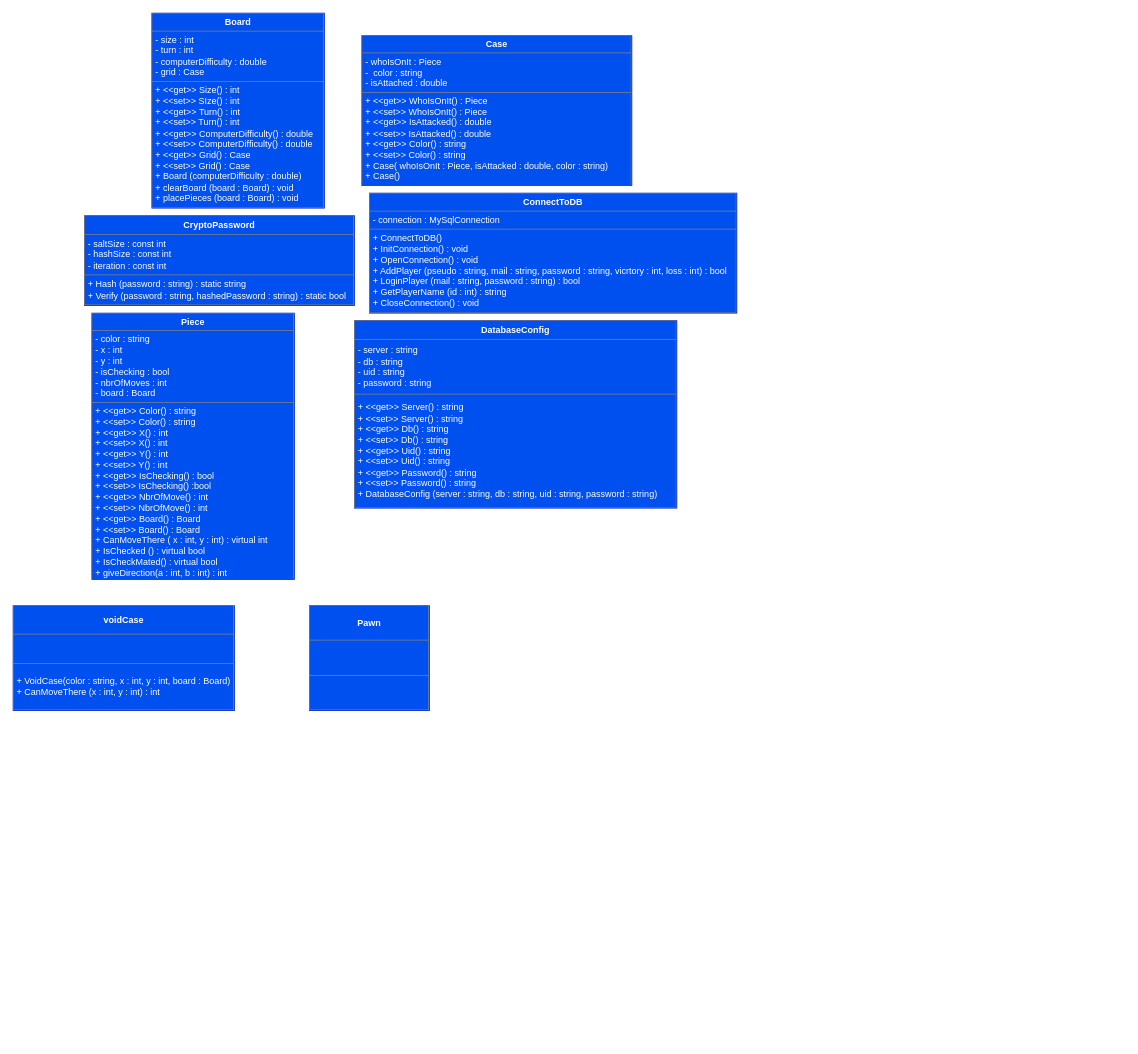
Earlier version of the draw.io diagram Doc/Mockups/Diagramme de classe complet.drawio (MathiasRenoult/Project-CSHARP-Chess). Source tidied: cells renumbered, new cells numbered last; positions are measured from the earlier drawing's top-left corner, leaving out a move shared by most shapes. Both pictures are drawn from the tidied source at 75%, with x=0, y=0 at pixel (13, 13).
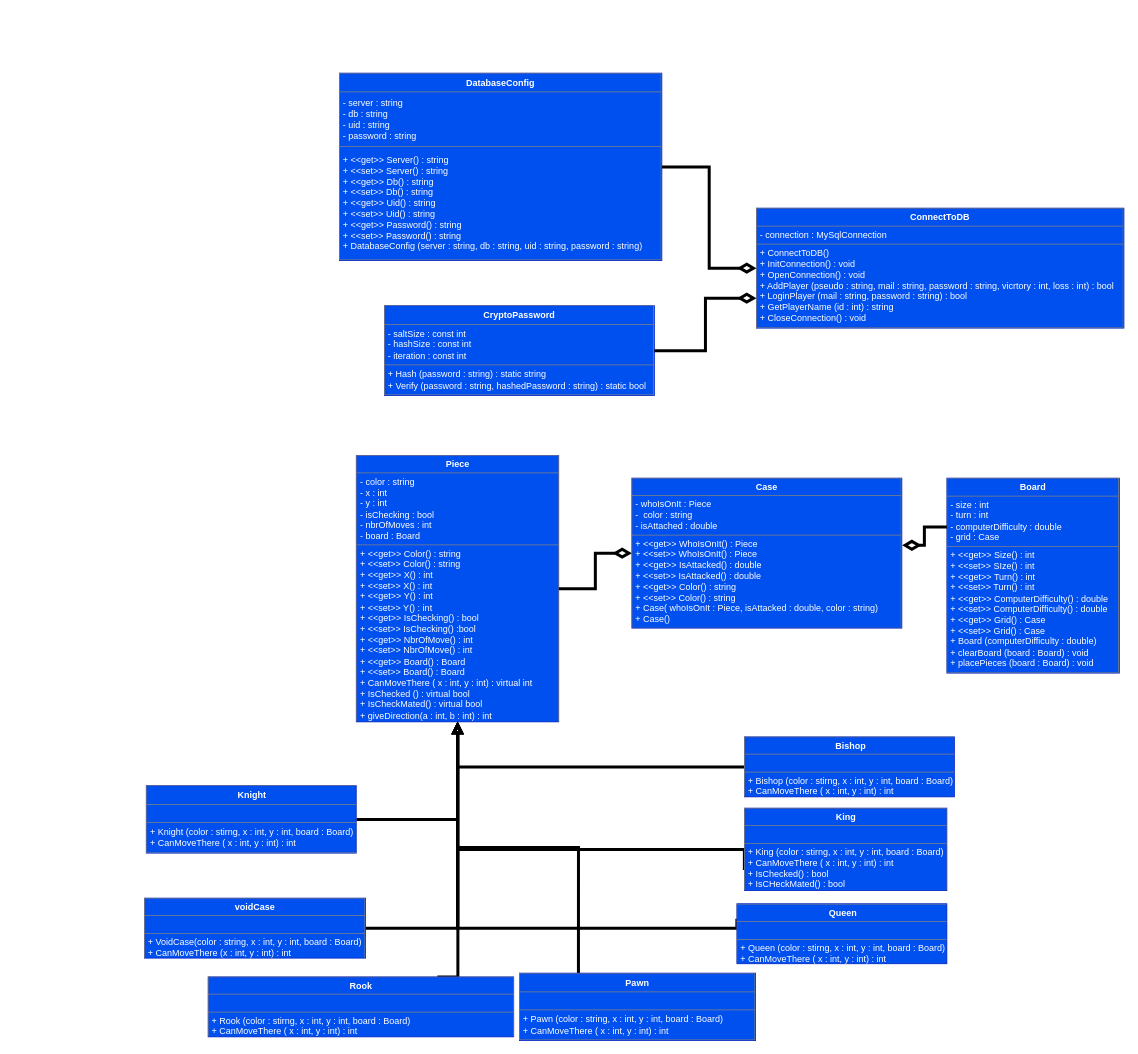
The same page after the edit.

Commit message (it also covers changes not shown here):
end classes diagramm

What changed in the source:
```diff
@@
     <mxCell id="2" value="&lt;table border=&quot;1&quot; width=&quot;100%&quot; cellpadding=&quot;4&quot; style=&quot;width: 100% ; height: 100% ; border-collapse: collapse&quot;&gt;&lt;tbody&gt;&lt;tr&gt;&lt;th align=&quot;center&quot;&gt;Board&lt;/th&gt;&lt;/tr&gt;&lt;tr&gt;&lt;td&gt;- size : int&lt;br&gt;- turn : int&amp;nbsp;&lt;br&gt;- computerDifficulty : double&lt;br&gt;- grid : Case&lt;br&gt;&lt;/td&gt;&lt;/tr&gt;&lt;tr&gt;&lt;td&gt;+ &amp;lt;&amp;lt;get&amp;gt;&amp;gt; Size() : int&lt;br&gt;+ &amp;lt;&amp;lt;set&amp;gt;&amp;gt; SIze() : int&lt;br&gt;+ &amp;lt;&amp;lt;get&amp;gt;&amp;gt; Turn() : int&lt;br&gt;+ &amp;lt;&amp;lt;set&amp;gt;&amp;gt; Turn() : int&lt;br&gt;+ &amp;lt;&amp;lt;get&amp;gt;&amp;gt; ComputerDifficulty() : double&lt;br&gt;+ &amp;lt;&amp;lt;set&amp;gt;&amp;gt; ComputerDifficulty() : double&lt;br&gt;+ &amp;lt;&amp;lt;get&amp;gt;&amp;gt; Grid() : Case&lt;br&gt;+ &amp;lt;&amp;lt;set&amp;gt;&amp;gt; Grid() : Case&lt;br&gt;+ Board (computerDifficulty : double)&lt;br&gt;+ clearBoard (board : Board) : void&lt;br&gt;+ placePieces (board : Board) : void&lt;/td&gt;&lt;/tr&gt;&lt;/tbody&gt;&lt;/table&gt;" style="text;html=1;strokeColor=#001DBC;fillColor=#0050ef;overflow=fill;fontColor=#ffffff;" parent="1" vertex="1">
-      <mxGeometry x="185" width="230" height="260" as="geometry" />
+      <mxGeometry x="1245" y="620" width="230" height="260" as="geometry" />
     </mxCell>
     <mxCell id="3" value="&lt;table border=&quot;1&quot; width=&quot;100%&quot; cellpadding=&quot;4&quot; style=&quot;width: 100% ; height: 100% ; border-collapse: collapse&quot;&gt;&lt;tbody&gt;&lt;tr&gt;&lt;th align=&quot;center&quot;&gt;&lt;b&gt;Case&lt;/b&gt;&lt;/th&gt;&lt;/tr&gt;&lt;tr&gt;&lt;td&gt;- whoIsOnIt : Piece&lt;br&gt;-&amp;nbsp; color : string&lt;br&gt;- isAttached : double&lt;/td&gt;&lt;/tr&gt;&lt;tr&gt;&lt;td&gt;+ &amp;lt;&amp;lt;get&amp;gt;&amp;gt; WhoIsOnIt()&amp;nbsp;: Piece&lt;br&gt;+ &amp;lt;&amp;lt;set&amp;gt;&amp;gt; WhoIsOnIt()&amp;nbsp;: Piece&lt;br&gt;+ &amp;lt;&amp;lt;get&amp;gt;&amp;gt; IsAttacked()&amp;nbsp;: double&lt;br&gt;+ &amp;lt;&amp;lt;set&amp;gt;&amp;gt; IsAttacked()&amp;nbsp;: double&lt;br&gt;+ &amp;lt;&amp;lt;get&amp;gt;&amp;gt; Color()&amp;nbsp;: string&lt;br&gt;+ &amp;lt;&amp;lt;set&amp;gt;&amp;gt; Color()&amp;nbsp;: string&lt;br&gt;+ Case( whoIsOnIt : Piece, isAttacked : double, color : string)&lt;br&gt;+ Case()&lt;br&gt;&lt;/td&gt;&lt;/tr&gt;&lt;/tbody&gt;&lt;/table&gt;" style="text;html=1;strokeColor=#001DBC;fillColor=#0050ef;overflow=fill;fontColor=#ffffff;" parent="1" vertex="1">
-      <mxGeometry x="465" y="30" width="360" height="200" as="geometry" />
+      <mxGeometry x="825" y="620" width="360" height="200" as="geometry" />
     </mxCell>
     <mxCell id="4" value="&lt;table border=&quot;1&quot; width=&quot;100%&quot; cellpadding=&quot;4&quot; style=&quot;width: 100% ; height: 100% ; border-collapse: collapse&quot;&gt;&lt;tbody&gt;&lt;tr&gt;&lt;th align=&quot;center&quot;&gt;&lt;b&gt;ConnectToDB&lt;/b&gt;&lt;/th&gt;&lt;/tr&gt;&lt;tr&gt;&lt;td&gt;- connection : MySqlConnection&lt;/td&gt;&lt;/tr&gt;&lt;tr&gt;&lt;td&gt;+ ConnectToDB()&lt;br&gt;+ InitConnection() : void&lt;br&gt;+ OpenConnection() : void&lt;br&gt;+ AddPlayer (pseudo : string, mail : string, password : string, vicrtory : int, loss : int) : bool&amp;nbsp;&lt;br&gt;+ LoginPlayer (mail : string, password : string) : bool&amp;nbsp;&lt;br&gt;+ GetPlayerName (id : int) : string&lt;br&gt;+ CloseConnection() : void&lt;/td&gt;&lt;/tr&gt;&lt;/tbody&gt;&lt;/table&gt;" style="text;html=1;strokeColor=#001DBC;fillColor=#0050ef;overflow=fill;fontColor=#ffffff;" parent="1" vertex="1">
-      <mxGeometry x="475" y="240" width="490" height="160" as="geometry" />
+      <mxGeometry x="991.1" y="260" width="490" height="160" as="geometry" />
     </mxCell>
     <mxCell id="5" value="&lt;table border=&quot;1&quot; width=&quot;100%&quot; cellpadding=&quot;4&quot; style=&quot;width: 100% ; height: 100% ; border-collapse: collapse&quot;&gt;&lt;tbody&gt;&lt;tr&gt;&lt;th align=&quot;center&quot;&gt;DatabaseConfig&lt;/th&gt;&lt;/tr&gt;&lt;tr&gt;&lt;td&gt;- server : string&lt;br&gt;- db : string&lt;br&gt;- uid : string&lt;br&gt;- password : string&amp;nbsp;&lt;/td&gt;&lt;/tr&gt;&lt;tr&gt;&lt;td&gt;+ &amp;lt;&amp;lt;get&amp;gt;&amp;gt; Server() : string&lt;br&gt;+ &amp;lt;&amp;lt;set&amp;gt;&amp;gt; Server() : string&lt;br&gt;+ &amp;lt;&amp;lt;get&amp;gt;&amp;gt; Db() : string&lt;br&gt;+ &amp;lt;&amp;lt;set&amp;gt;&amp;gt; Db() : string&lt;br&gt;+ &amp;lt;&amp;lt;get&amp;gt;&amp;gt; Uid() : string&lt;br&gt;+ &amp;lt;&amp;lt;set&amp;gt;&amp;gt; Uid() : string&lt;br&gt;+ &amp;lt;&amp;lt;get&amp;gt;&amp;gt; Password() : string&lt;br&gt;+ &amp;lt;&amp;lt;set&amp;gt;&amp;gt; Password() : string&lt;br&gt;+ DatabaseConfig (server : string, db : string, uid : string, password : string)&lt;/td&gt;&lt;/tr&gt;&lt;/tbody&gt;&lt;/table&gt;" style="text;html=1;overflow=fill;fillColor=#0050ef;strokeColor=#001DBC;fontColor=#ffffff;" parent="1" vertex="1">
-      <mxGeometry x="455" y="410" width="430" height="250" as="geometry" />
+      <mxGeometry x="435" y="80" width="430" height="250" as="geometry" />
     </mxCell>
     <mxCell id="6" value="&lt;table border=&quot;1&quot; width=&quot;100%&quot; cellpadding=&quot;4&quot; style=&quot;width: 100% ; height: 100% ; border-collapse: collapse&quot;&gt;&lt;tbody&gt;&lt;tr&gt;&lt;th align=&quot;center&quot;&gt;CryptoPassword&lt;/th&gt;&lt;/tr&gt;&lt;tr&gt;&lt;td&gt;- saltSize : const int&amp;nbsp;&lt;br&gt;- hashSize : const int&lt;br&gt;- iteration : const int&lt;/td&gt;&lt;/tr&gt;&lt;tr&gt;&lt;td&gt;+ Hash (password : string) : static string&lt;br&gt;+ Verify (password : string, hashedPassword : string) : static bool&lt;/td&gt;&lt;/tr&gt;&lt;/tbody&gt;&lt;/table&gt;" style="text;html=1;strokeColor=#001DBC;fillColor=#0050ef;overflow=fill;fontColor=#ffffff;" parent="1" vertex="1">
-      <mxGeometry x="95" y="270" width="360" height="120" as="geometry" />
+      <mxGeometry x="495" y="390" width="360" height="120" as="geometry" />
     </mxCell>
     <mxCell id="7" value="&lt;table border=&quot;1&quot; width=&quot;100%&quot; cellpadding=&quot;4&quot; style=&quot;width: 100% ; height: 100% ; border-collapse: collapse&quot;&gt;&lt;tbody&gt;&lt;tr&gt;&lt;th align=&quot;center&quot;&gt;Piece&lt;/th&gt;&lt;/tr&gt;&lt;tr&gt;&lt;td&gt;- color : string&amp;nbsp;&lt;br&gt;- x : int&amp;nbsp;&lt;br&gt;- y : int&lt;br&gt;- isChecking : bool&amp;nbsp;&lt;br&gt;- nbrOfMoves : int&lt;br&gt;- board : Board&amp;nbsp;&lt;/td&gt;&lt;/tr&gt;&lt;tr&gt;&lt;td&gt;+ &amp;lt;&amp;lt;get&amp;gt;&amp;gt; Color() : string&lt;br&gt;+ &amp;lt;&amp;lt;set&amp;gt;&amp;gt; Color() : string&lt;br&gt;+ &amp;lt;&amp;lt;get&amp;gt;&amp;gt; X() : int&lt;br&gt;+ &amp;lt;&amp;lt;set&amp;gt;&amp;gt; X() : int&lt;br&gt;+ &amp;lt;&amp;lt;get&amp;gt;&amp;gt; Y() : int&lt;br&gt;+ &amp;lt;&amp;lt;set&amp;gt;&amp;gt; Y() : int&lt;br&gt;+ &amp;lt;&amp;lt;get&amp;gt;&amp;gt; IsChecking() : bool&lt;br&gt;+ &amp;lt;&amp;lt;set&amp;gt;&amp;gt; IsChecking() :bool&lt;br&gt;+ &amp;lt;&amp;lt;get&amp;gt;&amp;gt; NbrOfMove() : int&lt;br&gt;+ &amp;lt;&amp;lt;set&amp;gt;&amp;gt; NbrOfMove() : int&lt;br&gt;+ &amp;lt;&amp;lt;get&amp;gt;&amp;gt; Board() : Board&lt;br&gt;+ &amp;lt;&amp;lt;set&amp;gt;&amp;gt; Board() : Board&lt;br&gt;+ CanMoveThere ( x : int, y : int) : virtual int&lt;br&gt;+ IsChecked () : virtual bool&lt;br&gt;+ IsCheckMated() : virtual bool&lt;br&gt;+ giveDirection(a : int, b : int) : int&amp;nbsp;&lt;/td&gt;&lt;/tr&gt;&lt;/tbody&gt;&lt;/table&gt;" style="text;html=1;strokeColor=#001DBC;fillColor=#0050ef;overflow=fill;fontColor=#ffffff;gradientColor=none;" parent="1" vertex="1">
-      <mxGeometry x="105" y="400" width="270" height="355" as="geometry" />
+      <mxGeometry x="457.5" y="590" width="270" height="355" as="geometry" />
     </mxCell>
+    <mxCell id="10" style="edgeStyle=orthogonalEdgeStyle;rounded=0;jettySize=auto;html=1;exitX=1;exitY=0.5;exitDx=0;exitDy=0;endArrow=block;endFill=0;strokeWidth=4;" parent="1" edge="1" source="8" target="7">
+      <mxGeometry relative="1" as="geometry" />
+    </mxCell>
     <mxCell id="8" value="&lt;table border=&quot;1&quot; width=&quot;100%&quot; cellpadding=&quot;4&quot; style=&quot;width: 100% ; height: 100% ; border-collapse: collapse&quot;&gt;&lt;tbody&gt;&lt;tr&gt;&lt;th align=&quot;center&quot;&gt;voidCase&lt;/th&gt;&lt;/tr&gt;&lt;tr&gt;&lt;td&gt;&lt;br&gt;&lt;/td&gt;&lt;/tr&gt;&lt;tr&gt;&lt;td&gt;+ VoidCase(color : string, x : int, y : int, board : Board)&lt;br&gt;+ CanMoveThere (x : int, y : int) : int&lt;br&gt;&lt;/td&gt;&lt;/tr&gt;&lt;/tbody&gt;&lt;/table&gt;" style="text;html=1;strokeColor=#001DBC;fillColor=#0050ef;overflow=fill;fontColor=#ffffff;" parent="1" vertex="1">
-      <mxGeometry y="790" width="295" height="140" as="geometry" />
+      <mxGeometry x="175" y="1180" width="295" height="80" as="geometry" />
     </mxCell>
+    <mxCell id="11" style="edgeStyle=orthogonalEdgeStyle;rounded=0;jettySize=auto;html=1;exitX=0.25;exitY=0;exitDx=0;exitDy=0;endArrow=block;endFill=0;strokeWidth=4;" parent="1" edge="1" source="9" target="7">
+      <mxGeometry relative="1" as="geometry" />
+    </mxCell>
-    <mxCell id="9" value="&lt;table border=&quot;1&quot; width=&quot;100%&quot; cellpadding=&quot;4&quot; style=&quot;width: 100% ; height: 100% ; border-collapse: collapse&quot;&gt;&lt;tbody&gt;&lt;tr&gt;&lt;th align=&quot;center&quot;&gt;Pawn&lt;/th&gt;&lt;/tr&gt;&lt;tr&gt;&lt;td align=&quot;center&quot;&gt;&lt;br&gt;&lt;/td&gt;&lt;/tr&gt;&lt;tr&gt;&lt;td align=&quot;center&quot;&gt;&lt;br&gt;&lt;/td&gt;&lt;/tr&gt;&lt;/tbody&gt;&lt;/table&gt;" style="text;html=1;strokeColor=#001DBC;fillColor=#0050ef;overflow=fill;fontColor=#ffffff;" parent="1" vertex="1">
-      <mxGeometry x="395" y="790" width="160" height="140" as="geometry" />
+    <mxCell id="9" value="&lt;table border=&quot;1&quot; width=&quot;100%&quot; cellpadding=&quot;4&quot; style=&quot;width: 100% ; height: 100% ; border-collapse: collapse&quot;&gt;&lt;tbody&gt;&lt;tr&gt;&lt;th align=&quot;center&quot;&gt;Pawn&lt;/th&gt;&lt;/tr&gt;&lt;tr&gt;&lt;td align=&quot;center&quot;&gt;&lt;br&gt;&lt;/td&gt;&lt;/tr&gt;&lt;tr&gt;&lt;td&gt;+ Pawn (color : string, x : int, y : int, board : Board)&lt;br&gt;+ CanMoveThere ( x : int, y : int) : int&lt;br&gt;&lt;/td&gt;&lt;/tr&gt;&lt;/tbody&gt;&lt;/table&gt;" style="text;html=1;strokeColor=#001DBC;fillColor=#0050ef;overflow=fill;fontColor=#ffffff;" parent="1" vertex="1">
+      <mxGeometry x="675" y="1280" width="315" height="90" as="geometry" />
     </mxCell>
+    <mxCell id="12" style="edgeStyle=orthogonalEdgeStyle;rounded=0;jettySize=auto;html=1;exitX=0;exitY=0.25;exitDx=0;exitDy=0;endArrow=block;endFill=0;strokeWidth=4;" parent="1" edge="1" source="13" target="7">
+      <mxGeometry relative="1" as="geometry">
+        <Array as="points">
+          <mxPoint x="965" y="1220" />
+          <mxPoint x="593" y="1220" />
+        </Array>
+      </mxGeometry>
+    </mxCell>
+    <mxCell id="13" value="&lt;table border=&quot;1&quot; width=&quot;100%&quot; cellpadding=&quot;4&quot; style=&quot;width: 100% ; height: 100% ; border-collapse: collapse&quot;&gt;&lt;tbody&gt;&lt;tr&gt;&lt;th align=&quot;center&quot;&gt;Queen&lt;/th&gt;&lt;/tr&gt;&lt;tr&gt;&lt;td align=&quot;center&quot;&gt;&lt;br&gt;&lt;/td&gt;&lt;/tr&gt;&lt;tr&gt;&lt;td&gt;+ Queen (color : stirng, x : int, y : int, board : Board)&lt;br&gt;+ CanMoveThere ( x : int, y : int) : int&lt;/td&gt;&lt;/tr&gt;&lt;/tbody&gt;&lt;/table&gt;" style="text;html=1;strokeColor=#001DBC;fillColor=#0050ef;overflow=fill;fontColor=#ffffff;" parent="1" vertex="1">
+      <mxGeometry x="965" y="1187.5" width="280" height="80" as="geometry" />
+    </mxCell>
+    <mxCell id="14" style="edgeStyle=orthogonalEdgeStyle;rounded=0;jettySize=auto;html=1;exitX=0;exitY=0.75;exitDx=0;exitDy=0;entryX=0.5;entryY=1;entryDx=0;entryDy=0;endArrow=block;endFill=0;strokeWidth=4;" parent="1" edge="1" source="15" target="7">
+      <mxGeometry relative="1" as="geometry">
+        <Array as="points">
+          <mxPoint x="975" y="1115" />
+          <mxPoint x="593" y="1115" />
+        </Array>
+      </mxGeometry>
+    </mxCell>
+    <mxCell id="15" value="&lt;table border=&quot;1&quot; width=&quot;100%&quot; cellpadding=&quot;4&quot; style=&quot;width: 100% ; height: 100% ; border-collapse: collapse&quot;&gt;&lt;tbody&gt;&lt;tr&gt;&lt;th align=&quot;center&quot;&gt;King&lt;/th&gt;&lt;/tr&gt;&lt;tr&gt;&lt;td align=&quot;center&quot;&gt;&lt;br&gt;&lt;/td&gt;&lt;/tr&gt;&lt;tr&gt;&lt;td&gt;+ King (color : stirng, x : int, y : int, board : Board)&lt;br&gt;+ CanMoveThere ( x : int, y : int) : int&lt;br&gt;+ IsChecked() : bool&lt;br&gt;+ IsCHeckMated() : bool&lt;/td&gt;&lt;/tr&gt;&lt;/tbody&gt;&lt;/table&gt;" style="text;html=1;strokeColor=#001DBC;fillColor=#0050ef;overflow=fill;fontColor=#ffffff;" parent="1" vertex="1">
+      <mxGeometry x="975" y="1060" width="270" height="110" as="geometry" />
+    </mxCell>
+    <mxCell id="16" style="edgeStyle=orthogonalEdgeStyle;rounded=0;jettySize=auto;html=1;exitX=0;exitY=0.5;exitDx=0;exitDy=0;entryX=0.5;entryY=1;entryDx=0;entryDy=0;endArrow=block;endFill=0;strokeWidth=4;" parent="1" edge="1" source="17" target="7">
+      <mxGeometry relative="1" as="geometry" />
+    </mxCell>
+    <mxCell id="17" value="&lt;table border=&quot;1&quot; width=&quot;100%&quot; cellpadding=&quot;4&quot; style=&quot;width: 100% ; height: 100% ; border-collapse: collapse&quot;&gt;&lt;tbody&gt;&lt;tr&gt;&lt;th align=&quot;center&quot;&gt;Bishop&lt;/th&gt;&lt;/tr&gt;&lt;tr&gt;&lt;td align=&quot;center&quot;&gt;&lt;br&gt;&lt;/td&gt;&lt;/tr&gt;&lt;tr&gt;&lt;td&gt;+ Bishop (color : stirng, x : int, y : int, board : Board)&lt;br&gt;+ CanMoveThere ( x : int, y : int) : int&lt;/td&gt;&lt;/tr&gt;&lt;/tbody&gt;&lt;/table&gt;" style="text;html=1;strokeColor=#001DBC;fillColor=#0050ef;overflow=fill;fontColor=#ffffff;" parent="1" vertex="1">
+      <mxGeometry x="975" y="965" width="280" height="80" as="geometry" />
+    </mxCell>
+    <mxCell id="18" style="edgeStyle=orthogonalEdgeStyle;rounded=0;jettySize=auto;html=1;exitX=0.75;exitY=0;exitDx=0;exitDy=0;endArrow=block;endFill=0;strokeWidth=4;" parent="1" edge="1" source="19" target="7">
+      <mxGeometry relative="1" as="geometry">
+        <Array as="points">
+          <mxPoint x="593" y="1285" />
+        </Array>
+      </mxGeometry>
+    </mxCell>
+    <mxCell id="19" value="&lt;table border=&quot;1&quot; width=&quot;100%&quot; cellpadding=&quot;4&quot; style=&quot;width: 100% ; height: 100% ; border-collapse: collapse&quot;&gt;&lt;tbody&gt;&lt;tr&gt;&lt;th align=&quot;center&quot;&gt;Rook&lt;/th&gt;&lt;/tr&gt;&lt;tr&gt;&lt;td align=&quot;center&quot;&gt;&lt;br&gt;&lt;/td&gt;&lt;/tr&gt;&lt;tr&gt;&lt;td&gt;+ Rook (color : stirng, x : int, y : int, board : Board)&lt;br&gt;+ CanMoveThere ( x : int, y : int) : int&lt;/td&gt;&lt;/tr&gt;&lt;/tbody&gt;&lt;/table&gt;" style="text;html=1;strokeColor=#001DBC;fillColor=#0050ef;overflow=fill;fontColor=#ffffff;" parent="1" vertex="1">
+      <mxGeometry x="260" y="1285" width="407.5" height="80" as="geometry" />
+    </mxCell>
+    <mxCell id="20" style="edgeStyle=orthogonalEdgeStyle;rounded=0;jettySize=auto;html=1;exitX=1;exitY=0.5;exitDx=0;exitDy=0;endArrow=block;endFill=0;strokeWidth=4;" parent="1" edge="1" source="21" target="7">
+      <mxGeometry relative="1" as="geometry" />
+    </mxCell>
+    <mxCell id="21" value="&lt;table border=&quot;1&quot; width=&quot;100%&quot; cellpadding=&quot;4&quot; style=&quot;width: 100% ; height: 100% ; border-collapse: collapse&quot;&gt;&lt;tbody&gt;&lt;tr&gt;&lt;th align=&quot;center&quot;&gt;Knight&lt;/th&gt;&lt;/tr&gt;&lt;tr&gt;&lt;td align=&quot;center&quot;&gt;&lt;br&gt;&lt;/td&gt;&lt;/tr&gt;&lt;tr&gt;&lt;td&gt;+ Knight (color : stirng, x : int, y : int, board : Board)&lt;br&gt;+ CanMoveThere ( x : int, y : int) : int&lt;/td&gt;&lt;/tr&gt;&lt;/tbody&gt;&lt;/table&gt;" style="text;html=1;strokeColor=#001DBC;fillColor=#0050ef;overflow=fill;fontColor=#ffffff;" parent="1" vertex="1">
+      <mxGeometry x="177.5" y="1030" width="280" height="90" as="geometry" />
+    </mxCell>
+    <mxCell id="22" style="endArrow=none;html=1;endSize=12;startArrow=diamondThin;startSize=14;startFill=0;edgeStyle=orthogonalEdgeStyle;align=left;verticalAlign=bottom;endFill=0;entryX=1;entryY=0.5;entryDx=0;entryDy=0;exitX=0;exitY=0.75;exitDx=0;exitDy=0;rounded=0;strokeWidth=4;" parent="1" edge="1" source="4" target="6">
+      <mxGeometry x="-1" y="3" relative="1" as="geometry" />
+    </mxCell>
+    <mxCell id="23" style="endArrow=none;html=1;endSize=12;startArrow=diamondThin;startSize=14;startFill=0;edgeStyle=orthogonalEdgeStyle;align=left;verticalAlign=bottom;endFill=0;entryX=1;entryY=0.5;entryDx=0;entryDy=0;exitX=0;exitY=0.5;exitDx=0;exitDy=0;rounded=0;strokeWidth=4;" parent="1" edge="1" source="4" target="5">
+      <mxGeometry x="-1" y="3" relative="1" as="geometry" />
+    </mxCell>
+    <mxCell id="24" style="endArrow=none;html=1;endSize=12;startArrow=diamondThin;startSize=14;startFill=0;edgeStyle=orthogonalEdgeStyle;align=left;verticalAlign=bottom;endFill=0;entryX=0;entryY=0.25;entryDx=0;entryDy=0;rounded=0;exitX=1.001;exitY=0.448;exitDx=0;exitDy=0;exitPerimeter=0;strokeWidth=4;" parent="1" edge="1" source="3" target="2">
+      <mxGeometry x="-1" y="3" relative="1" as="geometry" />
+    </mxCell>
+    <mxCell id="25" style="endArrow=none;html=1;endSize=12;startArrow=diamondThin;startSize=14;startFill=0;edgeStyle=orthogonalEdgeStyle;align=left;verticalAlign=bottom;endFill=0;entryX=1;entryY=0.5;entryDx=0;entryDy=0;exitX=0;exitY=0.5;exitDx=0;exitDy=0;rounded=0;strokeWidth=4;" parent="1" edge="1" source="3" target="7">
+      <mxGeometry x="-1" y="3" relative="1" as="geometry" />
+    </mxCell>
```
